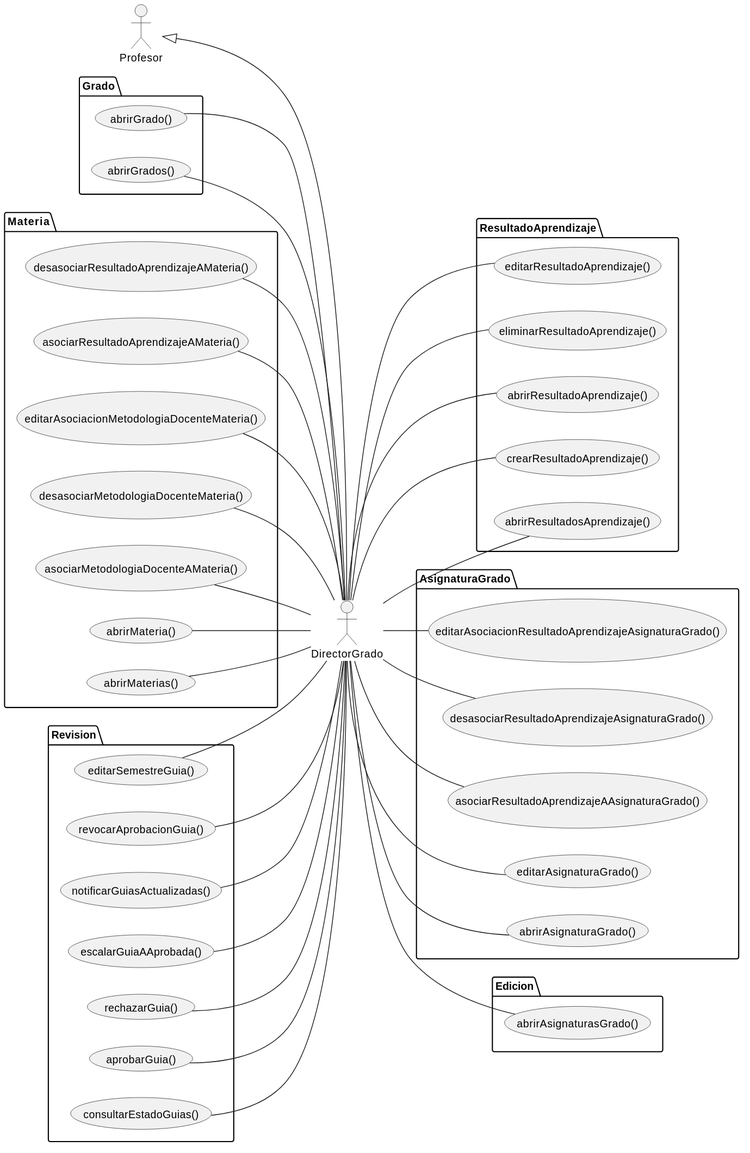
The PlantUML diagram images/RUP/01-requisitos/01-actores-casos-uso/actoresCasosUsoDirectorGrado.svg in mmasias/pyCeldaPublico, before a commit.
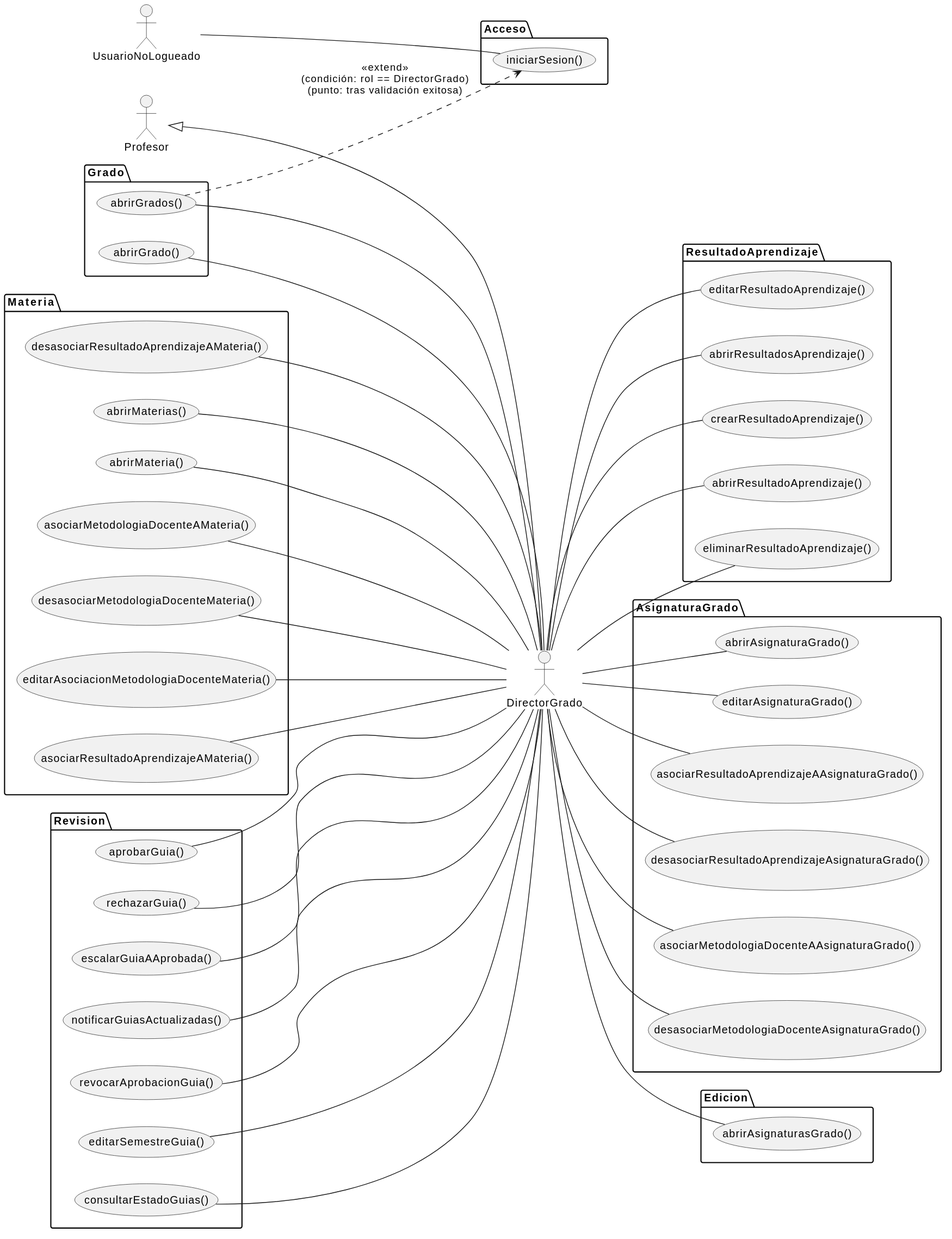
After the change.

The edit, as a diff of the source:
```diff
@@ -7,10 +7,18 @@
 
 Profesor <|-d- DirectorGrado
 
+actor UsuarioNoLogueado
+package Acceso {
+  usecase iniciarSesion as "iniciarSesion()"
+}
+
 package Grado {
   usecase abrirGrados as "abrirGrados()"
   usecase abrirGrado as "abrirGrado()"
 }
+
+UsuarioNoLogueado -- iniciarSesion
+abrirGrados ..> iniciarSesion : <<extend>>\n(condición: rol == DirectorGrado)\n(punto: tras validación exitosa)
 
 package Materia {
   usecase abrirMaterias as "abrirMaterias()"
@@ -35,7 +43,8 @@
   usecase editarAsignaturaGrado as "editarAsignaturaGrado()"
   usecase asociarResultadoAprendizajeAAsignaturaGrado as "asociarResultadoAprendizajeAAsignaturaGrado()"
   usecase desasociarResultadoAprendizajeAsignaturaGrado as "desasociarResultadoAprendizajeAsignaturaGrado()"
-  usecase editarAsociacionResultadoAprendizajeAsignaturaGrado as "editarAsociacionResultadoAprendizajeAsignaturaGrado()"
+  usecase asociarMetodologiaDocenteAAsignaturaGrado as "asociarMetodologiaDocenteAAsignaturaGrado()"
+  usecase desasociarMetodologiaDocenteAsignaturaGrado as "desasociarMetodologiaDocenteAsignaturaGrado()"
 }
 
 package Edicion {
@@ -74,7 +83,8 @@
 DirectorGrado -- editarAsignaturaGrado
 DirectorGrado -- asociarResultadoAprendizajeAAsignaturaGrado
 DirectorGrado -- desasociarResultadoAprendizajeAsignaturaGrado
-DirectorGrado -- editarAsociacionResultadoAprendizajeAsignaturaGrado
+DirectorGrado -- asociarMetodologiaDocenteAAsignaturaGrado
+DirectorGrado -- desasociarMetodologiaDocenteAsignaturaGrado
 DirectorGrado -- abrirAsignaturaGrado
 
 consultarEstadoGuias -- DirectorGrado
```
